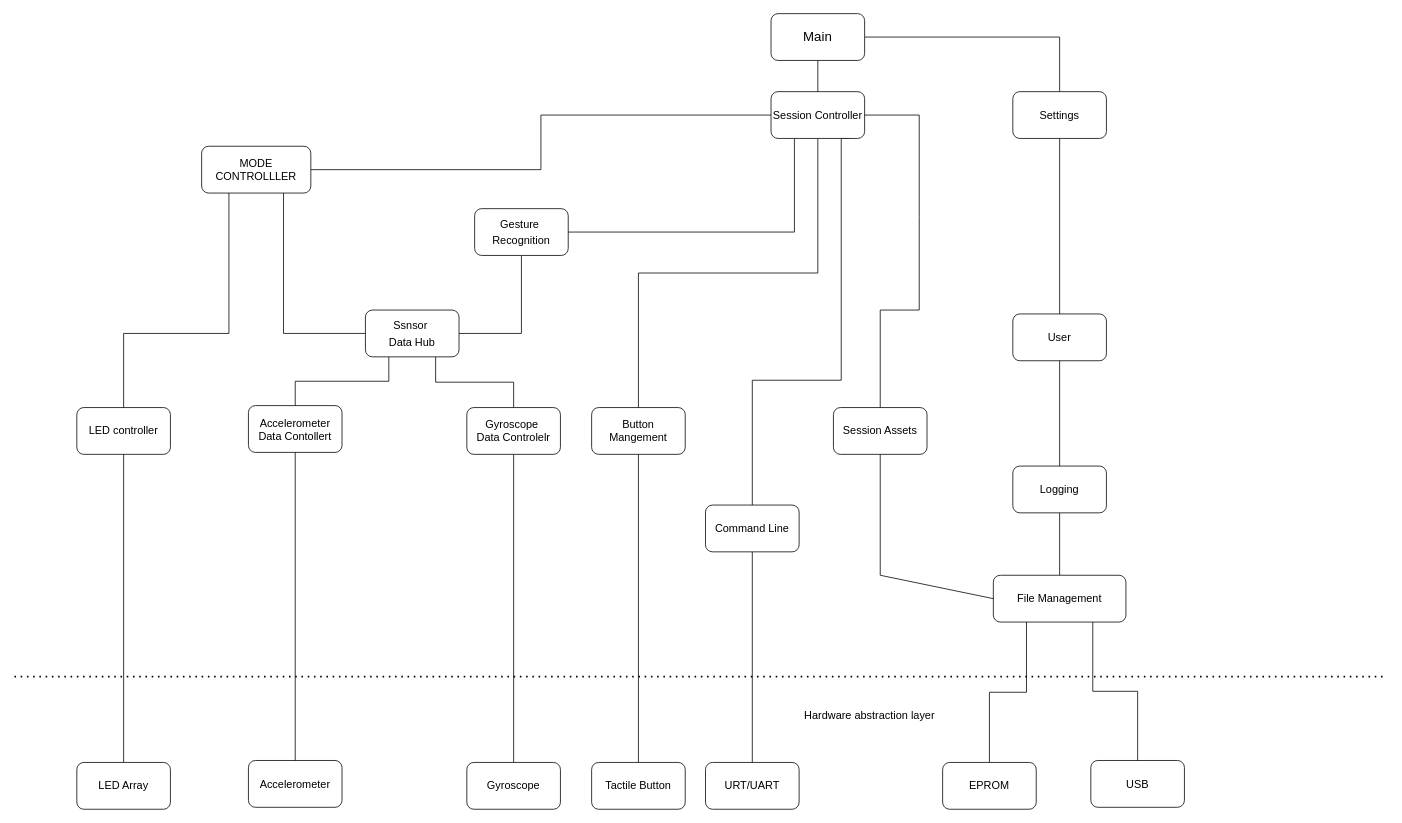
This is page "HoC" (3 of 4) of homework_week_6/Assets/Final_project.drawio from error404notfound/making-embedded-systems-homework, a draw.io file, before an edit. Source tidied: cells renumbered, new cells numbered last; positions are measured from the earlier drawing's top-left corner, leaving out a move shared by most shapes. Both pictures are drawn from the tidied source at 78%, with x=0, y=0 at pixel (14, 13).
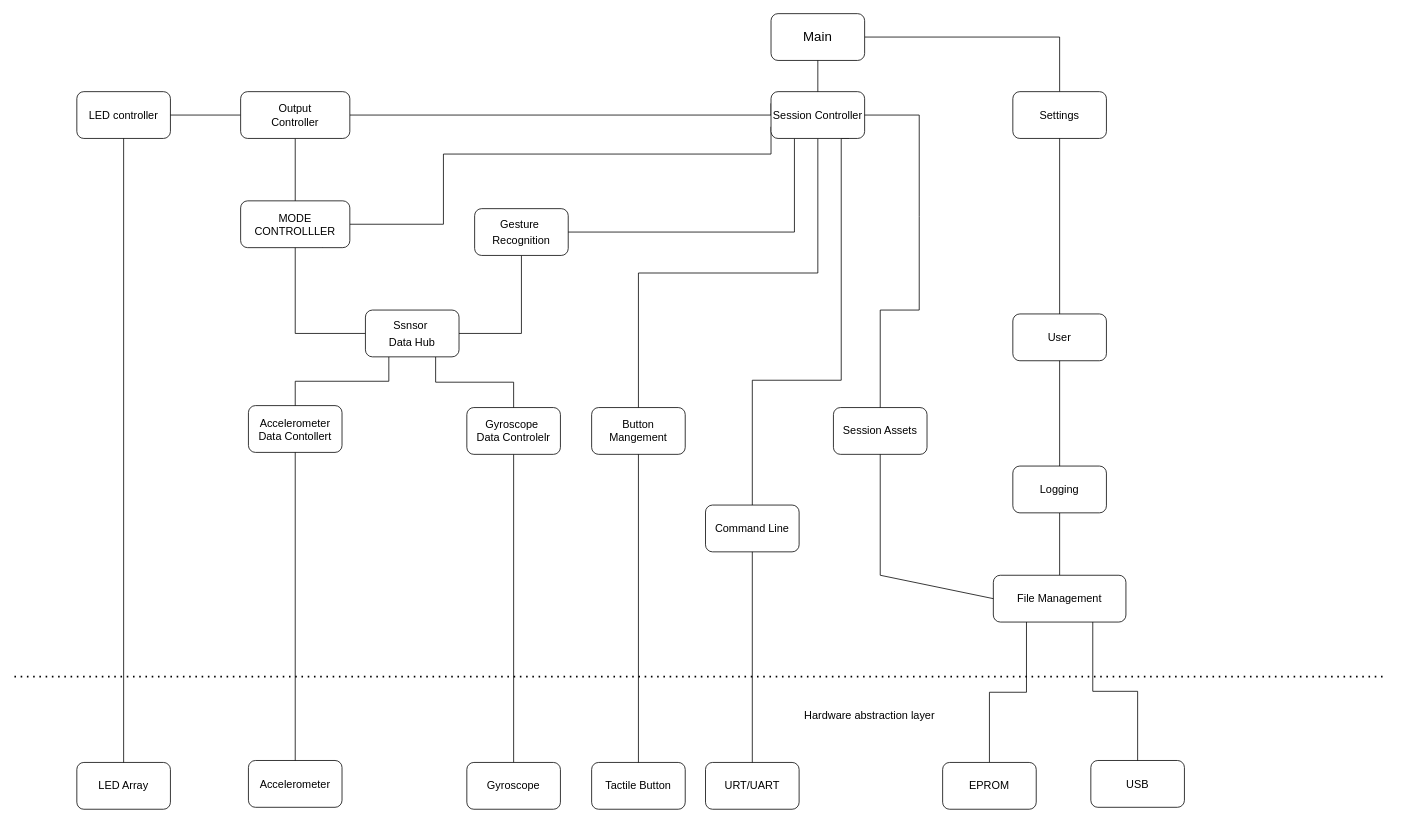
After the change.

Unchanged cells that the change refers to:
```xml
<mxCell id="16" value="Session Controller" style="rounded=1;whiteSpace=wrap;html=1;fontSize=14;" parent="1" vertex="1">
  <mxGeometry x="970" y="100" width="120" height="60" as="geometry" />
</mxCell>
<mxCell id="47" value="&lt;font style=&quot;font-size: 14px&quot;&gt;Ssnsor&amp;nbsp;&lt;br&gt;Data Hub&lt;br&gt;&lt;/font&gt;" style="rounded=1;whiteSpace=wrap;html=1;fontSize=17;" parent="1" vertex="1">
  <mxGeometry x="450" y="380" width="120" height="60" as="geometry" />
</mxCell>
```

Diff of the diagram source:
```diff
@@
     <mxCell id="9" value="LED controller" style="rounded=1;whiteSpace=wrap;html=1;fontSize=14;" parent="1" vertex="1">
-      <mxGeometry x="80" y="505" width="120" height="60" as="geometry" />
+      <mxGeometry x="80" y="100" width="120" height="60" as="geometry" />
     </mxCell>
@@
-    <mxCell id="12" style="edgeStyle=orthogonalEdgeStyle;rounded=0;jettySize=auto;html=1;entryX=1;entryY=0.5;entryDx=0;entryDy=0;endArrow=none;endFill=0;" parent="1" edge="1" source="16" target="19">
-      <mxGeometry relative="1" as="geometry" />
-    </mxCell>
@@
+    <mxCell id="49" style="edgeStyle=orthogonalEdgeStyle;rounded=0;jettySize=auto;html=1;exitX=0;exitY=0.25;exitDx=0;exitDy=0;endArrow=none;endFill=0;" parent="1" edge="1" source="16" target="52">
+      <mxGeometry relative="1" as="geometry">
+        <Array as="points">
+          <mxPoint x="970" y="130" />
+        </Array>
+      </mxGeometry>
+    </mxCell>
+    <mxCell id="12" style="edgeStyle=orthogonalEdgeStyle;rounded=0;jettySize=auto;html=1;exitX=0;exitY=0.75;exitDx=0;exitDy=0;entryX=1;entryY=0.5;entryDx=0;entryDy=0;endArrow=none;endFill=0;" parent="1" edge="1" source="16" target="19">
+      <mxGeometry relative="1" as="geometry">
+        <Array as="points">
+          <mxPoint x="970" y="180" />
+          <mxPoint x="550" y="180" />
+          <mxPoint x="550" y="270" />
+        </Array>
+      </mxGeometry>
+    </mxCell>
@@
-    <mxCell id="17" style="edgeStyle=orthogonalEdgeStyle;rounded=0;jettySize=auto;html=1;exitX=0.25;exitY=1;exitDx=0;exitDy=0;endArrow=none;endFill=0;" parent="1" edge="1" source="19" target="9">
-      <mxGeometry relative="1" as="geometry">
-        <Array as="points">
-          <mxPoint x="275" y="410" />
-          <mxPoint x="140" y="410" />
-        </Array>
-      </mxGeometry>
-    </mxCell>
     <mxCell id="18" style="edgeStyle=orthogonalEdgeStyle;rounded=0;jettySize=auto;html=1;exitX=0.75;exitY=1;exitDx=0;exitDy=0;entryX=0;entryY=0.5;entryDx=0;entryDy=0;endArrow=none;endFill=0;" parent="1" edge="1" source="19" target="47">
-      <mxGeometry relative="1" as="geometry" />
+      <mxGeometry relative="1" as="geometry">
+        <Array as="points">
+          <mxPoint x="360" y="250" />
+          <mxPoint x="360" y="410" />
+        </Array>
+      </mxGeometry>
     </mxCell>
     <mxCell id="19" value="MODE&lt;br&gt;CONTROLLLER&lt;br&gt;" style="rounded=1;whiteSpace=wrap;html=1;fontSize=14;" parent="1" vertex="1">
-      <mxGeometry x="240" y="170" width="140" height="60" as="geometry" />
+      <mxGeometry x="290" y="240" width="140" height="60" as="geometry" />
     </mxCell>
@@
+    <mxCell id="50" style="edgeStyle=orthogonalEdgeStyle;rounded=0;jettySize=auto;html=1;exitX=0;exitY=0.5;exitDx=0;exitDy=0;entryX=1;entryY=0.5;entryDx=0;entryDy=0;endArrow=none;endFill=0;" parent="1" edge="1" source="52" target="9">
+      <mxGeometry relative="1" as="geometry" />
+    </mxCell>
+    <mxCell id="51" style="edgeStyle=orthogonalEdgeStyle;rounded=0;jettySize=auto;html=1;exitX=0.5;exitY=1;exitDx=0;exitDy=0;endArrow=none;endFill=0;" parent="1" edge="1" source="52" target="19">
+      <mxGeometry relative="1" as="geometry" />
+    </mxCell>
+    <mxCell id="52" value="Output&lt;br&gt;Controller" style="rounded=1;whiteSpace=wrap;html=1;fontSize=14;" parent="1" vertex="1">
+      <mxGeometry x="290" y="100" width="140" height="60" as="geometry" />
+    </mxCell>
```
